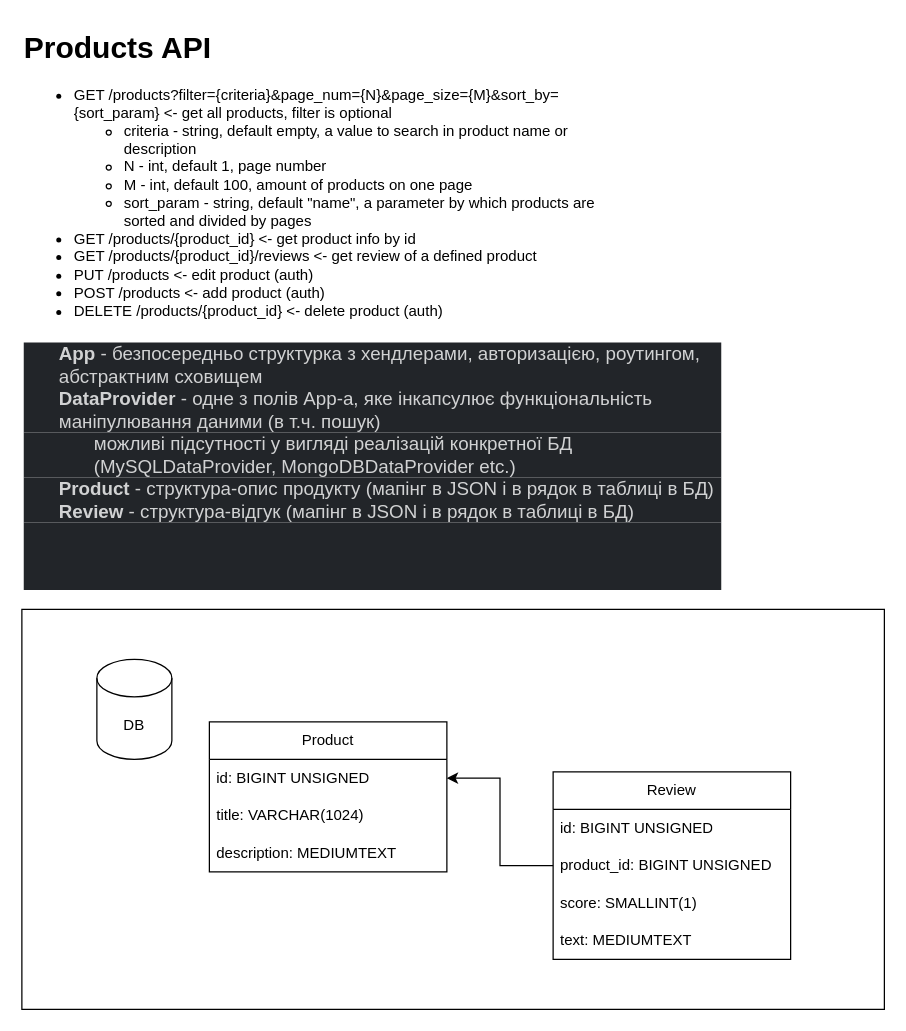
Before: Products API.drawio in ArtemUgrimov/products_api, a draw.io diagram. Source tidied: cells renumbered, new cells numbered last; positions are measured from the earlier drawing's top-left corner, leaving out a move shared by most shapes. Both pictures are drawn from the tidied source at 125%, with x=0, y=0 at pixel (21, 21).
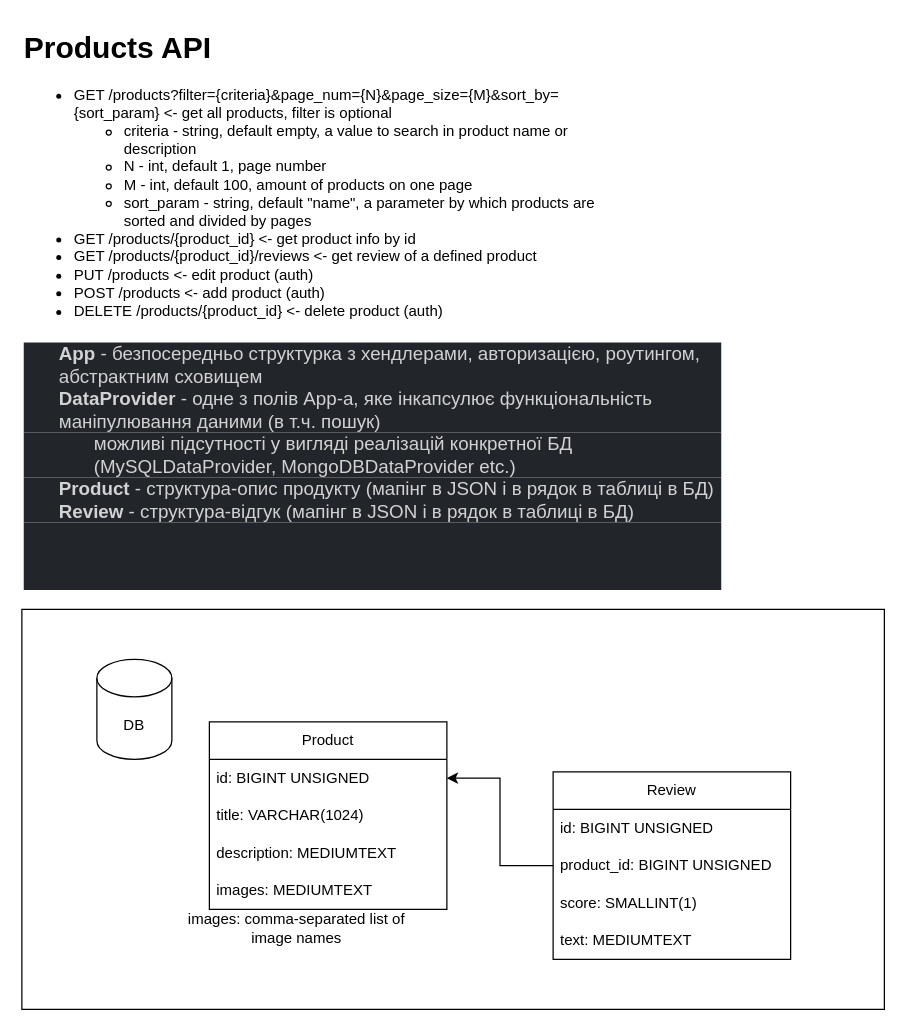
The same diagram, later.

What changed in the source:
```diff
@@
 <mxGraphModel>
   <root>
     <mxCell id="0" />
     <mxCell id="1" parent="0" />
     <mxCell id="2" value="&lt;h1 style=&quot;margin-top: 0px;&quot;&gt;Products API&lt;br&gt;&lt;/h1&gt;&lt;ul&gt;&lt;li&gt;GET /products?filter={criteria}&amp;amp;page_num={N}&amp;amp;page_size={M}&amp;amp;sort_by={sort_param} &amp;lt;- get all products, filter is optional&lt;/li&gt;&lt;ul&gt;&lt;li&gt;criteria - string, default empty, a value to search in product name or description&lt;/li&gt;&lt;li&gt;N - int, default 1, page number&lt;/li&gt;&lt;li&gt;M - int, default 100, amount of products on one page&lt;/li&gt;&lt;li&gt;sort_param - string, default &quot;name&quot;, a parameter by which products are sorted and divided by pages&lt;br&gt;&lt;/li&gt;&lt;/ul&gt;&lt;li&gt;GET /products/{product_id} &amp;lt;- get product info by id&lt;/li&gt;&lt;li&gt;GET /products/{product_id}/reviews &amp;lt;- get review of a defined product&lt;/li&gt;&lt;li&gt;PUT /products &amp;lt;- edit product (auth)&lt;/li&gt;&lt;li&gt;POST /products &amp;lt;- add product (auth)&lt;br&gt;&lt;/li&gt;&lt;li&gt;DELETE /products/{product_id} &amp;lt;- delete product (auth)&lt;br&gt;&lt;/li&gt;&lt;/ul&gt;" style="text;html=1;whiteSpace=wrap;overflow=hidden;rounded=0;" parent="1" vertex="1">
       <mxGeometry width="470" height="240" as="geometry" />
     </mxCell>
     <mxCell id="3" value="&lt;ul class=&quot;p-rich_text_list p-rich_text_list__bullet&quot; style=&quot;box-sizing: inherit; margin: 0px; padding: 0px; list-style-type: none; color: rgb(209, 210, 211); font-family: Slack-Lato, Slack-Fractions, appleLogo, sans-serif; font-size: 15px; font-style: normal; font-variant-ligatures: common-ligatures; font-variant-caps: normal; font-weight: 400; letter-spacing: normal; orphans: 2; text-align: left; text-indent: 0px; text-transform: none; widows: 2; word-spacing: 0px; -webkit-text-stroke-width: 0px; white-space: normal; background-color: rgb(34, 37, 41); text-decoration-thickness: initial; text-decoration-style: initial; text-decoration-color: initial;&quot;&gt;&lt;li style=&quot;box-sizing: inherit; margin-bottom: 0px; margin-left: 28px; list-style-type: none;&quot;&gt;&lt;b style=&quot;box-sizing: inherit;&quot;&gt;App&lt;/b&gt;&lt;span&gt;&amp;nbsp;&lt;/span&gt;- безпосередньо структурка з хендлерами, авторизацією, роутингом, абстрактним сховищем&lt;/li&gt;&lt;li style=&quot;box-sizing: inherit; margin-bottom: 0px; margin-left: 28px; list-style-type: none;&quot;&gt;&lt;b style=&quot;box-sizing: inherit;&quot;&gt;DataProvider&lt;/b&gt;&lt;span&gt;&amp;nbsp;&lt;/span&gt;- одне з полів App-a, яке інкапсулює функціональність маніпулювання даними (в т.ч. пошук)&lt;/li&gt;&lt;/ul&gt;&lt;ul class=&quot;p-rich_text_list p-rich_text_list__bullet&quot; style=&quot;box-sizing: inherit; margin: 0px; padding: 0px; list-style-type: none; color: rgb(209, 210, 211); font-family: Slack-Lato, Slack-Fractions, appleLogo, sans-serif; font-size: 15px; font-style: normal; font-variant-ligatures: common-ligatures; font-variant-caps: normal; font-weight: 400; letter-spacing: normal; orphans: 2; text-align: left; text-indent: 0px; text-transform: none; widows: 2; word-spacing: 0px; -webkit-text-stroke-width: 0px; white-space: normal; background-color: rgb(34, 37, 41); text-decoration-thickness: initial; text-decoration-style: initial; text-decoration-color: initial;&quot;&gt;&lt;li style=&quot;box-sizing: inherit; margin-bottom: 0px; margin-left: 56px; list-style-type: none;&quot;&gt;можливі підсутності у вигляді реалізацій конкретної БД (MySQLDataProvider, MongoDBDataProvider etc.)&lt;/li&gt;&lt;/ul&gt;&lt;ul class=&quot;p-rich_text_list p-rich_text_list__bullet&quot; style=&quot;box-sizing: inherit; margin: 0px; padding: 0px; list-style-type: none; color: rgb(209, 210, 211); font-family: Slack-Lato, Slack-Fractions, appleLogo, sans-serif; font-size: 15px; font-style: normal; font-variant-ligatures: common-ligatures; font-variant-caps: normal; font-weight: 400; letter-spacing: normal; orphans: 2; text-align: left; text-indent: 0px; text-transform: none; widows: 2; word-spacing: 0px; -webkit-text-stroke-width: 0px; white-space: normal; background-color: rgb(34, 37, 41); text-decoration-thickness: initial; text-decoration-style: initial; text-decoration-color: initial;&quot;&gt;&lt;li style=&quot;box-sizing: inherit; margin-bottom: 0px; margin-left: 28px; list-style-type: none;&quot;&gt;&lt;b style=&quot;box-sizing: inherit;&quot;&gt;Product&lt;/b&gt;&lt;span&gt;&amp;nbsp;&lt;/span&gt;- структура-опис продукту (мапінг в JSON і в рядок в таблиці в БД)&lt;/li&gt;&lt;li style=&quot;box-sizing: inherit; margin-bottom: 0px; margin-left: 28px; list-style-type: none;&quot;&gt;&lt;b style=&quot;box-sizing: inherit;&quot;&gt;Review&lt;span&gt;&amp;nbsp;&lt;/span&gt;&lt;/b&gt;- структура-відгук (мапінг в JSON і в рядок в таблиці в БД)&lt;/li&gt;&lt;/ul&gt;&lt;div class=&quot;p-rich_text_section&quot; style=&quot;box-sizing: inherit; counter-reset: list-0 0 list-1 0 list-2 0 list-3 0 list-4 0 list-5 0 list-6 0 list-7 0 list-8 0 list-9 0; color: rgb(209, 210, 211); font-family: Slack-Lato, Slack-Fractions, appleLogo, sans-serif; font-size: 15px; font-style: normal; font-variant-ligatures: common-ligatures; font-variant-caps: normal; font-weight: 400; letter-spacing: normal; orphans: 2; text-align: left; text-indent: 0px; text-transform: none; widows: 2; word-spacing: 0px; -webkit-text-stroke-width: 0px; white-space: normal; background-color: rgb(34, 37, 41); text-decoration-thickness: initial; text-decoration-style: initial; text-decoration-color: initial;&quot;&gt;&lt;br class=&quot;Apple-interchange-newline&quot;&gt;&#10;&#10;&lt;/div&gt;" style="text;whiteSpace=wrap;html=1;" parent="1" vertex="1">
       <mxGeometry y="250" width="560" height="240" as="geometry" />
     </mxCell>
     <mxCell id="4" style="rounded=0;whiteSpace=wrap;html=1;fillColor=none;" parent="1" vertex="1">
       <mxGeometry y="470" width="690" height="320" as="geometry" />
     </mxCell>
     <mxCell id="5" value="DB" style="shape=cylinder3;whiteSpace=wrap;html=1;boundedLbl=1;backgroundOutline=1;size=15;" parent="1" vertex="1">
       <mxGeometry x="60" y="510" width="60" height="80" as="geometry" />
     </mxCell>
     <mxCell id="6" value="Product" style="swimlane;fontStyle=0;horizontal=1;startSize=30;whiteSpace=wrap;html=1;" parent="1" vertex="1">
-      <mxGeometry x="150" y="560" width="190" height="120" as="geometry" />
+      <mxGeometry x="150" y="560" width="190" height="150" as="geometry" />
     </mxCell>
     <mxCell id="7" value="id: BIGINT UNSIGNED" style="text;strokeColor=none;fillColor=none;align=left;verticalAlign=middle;spacingLeft=4;spacingRight=4;overflow=hidden;points=[[0,0.5],[1,0.5]];portConstraint=eastwest;whiteSpace=wrap;html=1;" parent="6" vertex="1">
       <mxGeometry y="30" width="190" height="30" as="geometry" />
     </mxCell>
     <mxCell id="8" value="title: VARCHAR(1024)" style="text;strokeColor=none;fillColor=none;align=left;verticalAlign=middle;spacingLeft=4;spacingRight=4;overflow=hidden;whiteSpace=wrap;html=1;" parent="6" vertex="1">
       <mxGeometry y="60" width="190" height="30" as="geometry" />
     </mxCell>
+    <mxCell id="16" value="description: MEDIUMTEXT" style="text;strokeColor=none;fillColor=none;align=left;verticalAlign=middle;spacingLeft=4;spacingRight=4;overflow=hidden;whiteSpace=wrap;html=1;" parent="6" vertex="1">
+      <mxGeometry y="90" width="190" height="30" as="geometry" />
+    </mxCell>
-    <mxCell id="9" value="description: MEDIUMTEXT" style="text;strokeColor=none;fillColor=none;align=left;verticalAlign=middle;spacingLeft=4;spacingRight=4;overflow=hidden;whiteSpace=wrap;html=1;" parent="6" vertex="1">
-      <mxGeometry y="90" width="190" height="30" as="geometry" />
+    <mxCell id="9" value="images: MEDIUMTEXT" style="text;strokeColor=none;fillColor=none;align=left;verticalAlign=middle;spacingLeft=4;spacingRight=4;overflow=hidden;whiteSpace=wrap;html=1;" parent="6" vertex="1">
+      <mxGeometry y="120" width="190" height="30" as="geometry" />
     </mxCell>
     <mxCell id="10" value="Review" style="swimlane;fontStyle=0;horizontal=1;startSize=30;whiteSpace=wrap;html=1;" parent="1" vertex="1">
       <mxGeometry x="425" y="600" width="190" height="150" as="geometry" />
     </mxCell>
     <mxCell id="11" value="id: BIGINT UNSIGNED" style="text;strokeColor=none;fillColor=none;align=left;verticalAlign=middle;spacingLeft=4;spacingRight=4;overflow=hidden;whiteSpace=wrap;html=1;" parent="10" vertex="1">
       <mxGeometry y="30" width="190" height="30" as="geometry" />
     </mxCell>
     <mxCell id="12" value="product_id: BIGINT UNSIGNED" style="text;strokeColor=none;fillColor=none;align=left;verticalAlign=middle;spacingLeft=4;spacingRight=4;overflow=hidden;points=[[0,0.5],[1,0.5]];portConstraint=eastwest;whiteSpace=wrap;html=1;" parent="10" vertex="1">
       <mxGeometry y="60" width="190" height="30" as="geometry" />
     </mxCell>
     <mxCell id="13" value="score: SMALLINT(1)" style="text;strokeColor=none;fillColor=none;align=left;verticalAlign=middle;spacingLeft=4;spacingRight=4;overflow=hidden;whiteSpace=wrap;html=1;" parent="10" vertex="1">
       <mxGeometry y="90" width="190" height="30" as="geometry" />
     </mxCell>
     <mxCell id="14" value="text: MEDIUMTEXT" style="text;strokeColor=none;fillColor=none;align=left;verticalAlign=middle;spacingLeft=4;spacingRight=4;overflow=hidden;whiteSpace=wrap;html=1;" parent="10" vertex="1">
       <mxGeometry y="120" width="190" height="30" as="geometry" />
     </mxCell>
     <mxCell id="15" style="edgeStyle=orthogonalEdgeStyle;rounded=0;jettySize=auto;html=1;exitX=0;exitY=0.5;exitDx=0;exitDy=0;entryX=1;entryY=0.5;entryDx=0;entryDy=0;" parent="1" edge="1" source="12" target="7">
       <mxGeometry relative="1" as="geometry" />
     </mxCell>
+    <mxCell id="17" value="images: comma-separated list of image names" style="text;html=1;align=center;verticalAlign=middle;whiteSpace=wrap;rounded=0;" parent="1" vertex="1">
+      <mxGeometry x="120" y="710" width="200" height="30" as="geometry" />
+    </mxCell>
   </root>
 </mxGraphModel>
```
